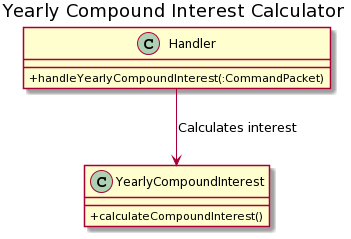
This is docs/uml_images/financetools/YearlyMonthlyCompoundInterest/YearlyCompoundInterestClassDiagram.png from nus-cs2113-AY2021S1/tp, a PlantUML export, as it was before one commit.
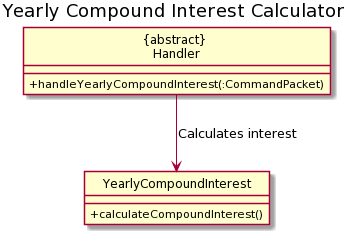
The same file after the commit.

Change to the diagram source:
```diff
@@ -1,7 +1,8 @@
 @startuml
+hide circle
 title Yearly Compound Interest Calculator
 skinparam classAttributeIconSize 0
-class Handler {
+class "{abstract} \nHandler" {
  +handleYearlyCompoundInterest(:CommandPacket)
 }
 
@@ -9,5 +10,5 @@
  +calculateCompoundInterest()
 }
 
-Handler --> YearlyCompoundInterest : Calculates interest
+"{abstract} \nHandler" --> YearlyCompoundInterest : Calculates interest
 @enduml
```
